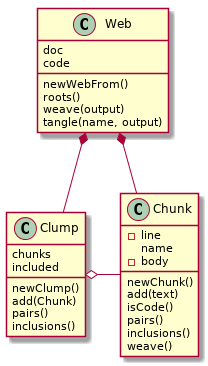
Above: inline_umlgraph_1.png in colinc904/wangle (PlantUML), before the change.
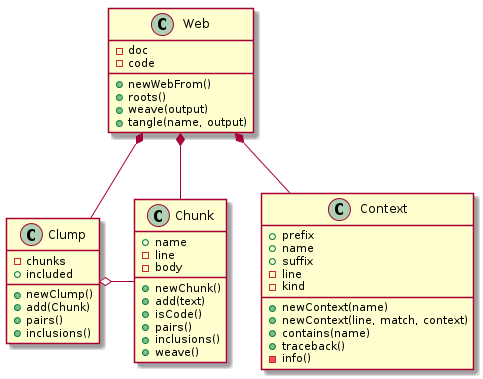
After the commit.

What changed in the source:
```diff
@@ -1,36 +1,50 @@
-@startuml
+@startuml inline_umlgraph_1.png
 class Chunk {
+  +name
   -line
-  name
   -body
-  newChunk()
-  add(text)
-  isCode()
-  pairs()
-  inclusions()
-  weave()
+  +newChunk()
+  +add(text)
+  +isCode()
+  +pairs()
+  +inclusions()
+  +weave()
 
 }
 
 class Clump {
-  chunks
-  included
-  newClump()
-  add(Chunk)
-  pairs()
-  inclusions()
+  -chunks
+  +included
+  +newClump()
+  +add(Chunk)
+  +pairs()
+  +inclusions()
+}
+
+class Context {
+  +prefix
+  +name
+  +suffix
+  -line
+  -kind
+  +newContext(name)
+  +newContext(line, match, context)
+  +contains(name)
+  +traceback()
+  -info()
 }
 
 class Web {
-  doc
-  code
-  newWebFrom()
-  roots()
-  weave(output)
-  tangle(name, output)
+  -doc
+  -code
+  +newWebFrom()
+  +roots()
+  +weave(output)
+  +tangle(name, output)
 }
 
 Clump o- Chunk
 Web *-- Clump
 Web *-- Chunk
+Web *-- Context
 @enduml
```
